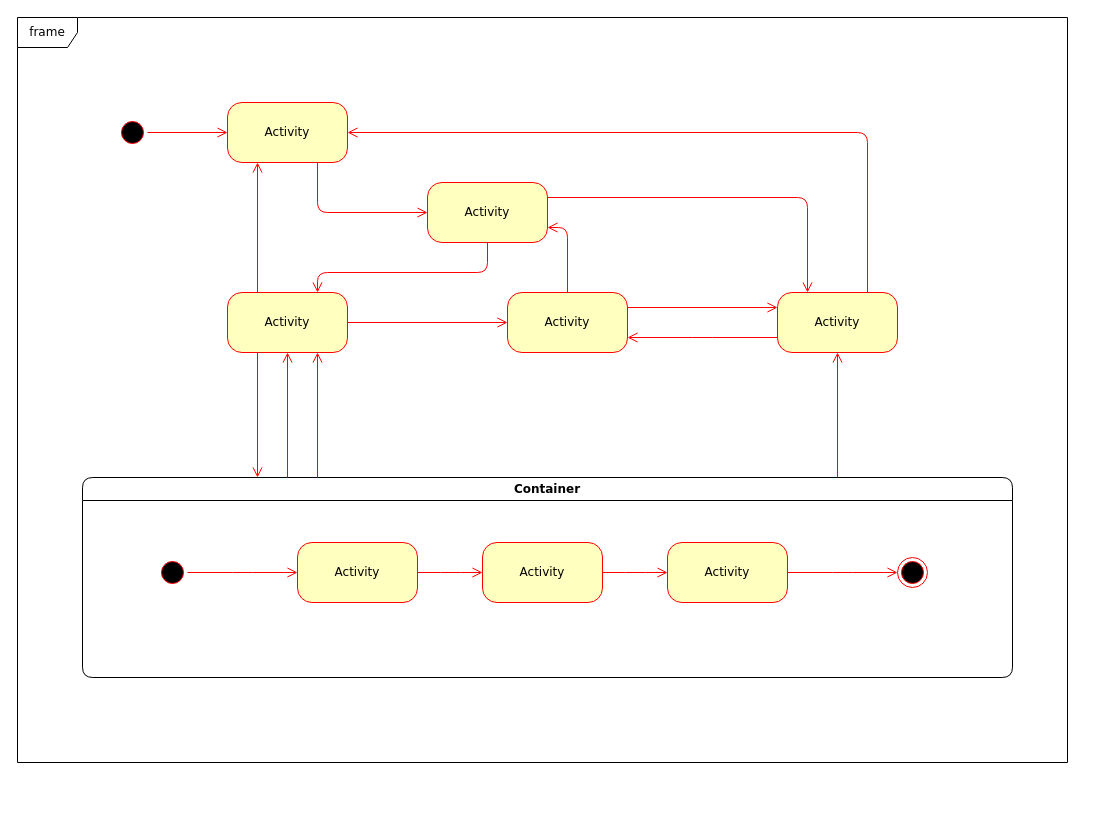
ztzshiwo/angular-cli keeps this draw.io diagram as Untitled Diagram.drawio. Above is the earlier version. Source tidied: cells renumbered, new cells numbered last; positions are measured from the earlier drawing's top-left corner, leaving out a move shared by most shapes. Both pictures are drawn from the tidied source at 100%, with x=0, y=0 at pixel (17, 17).
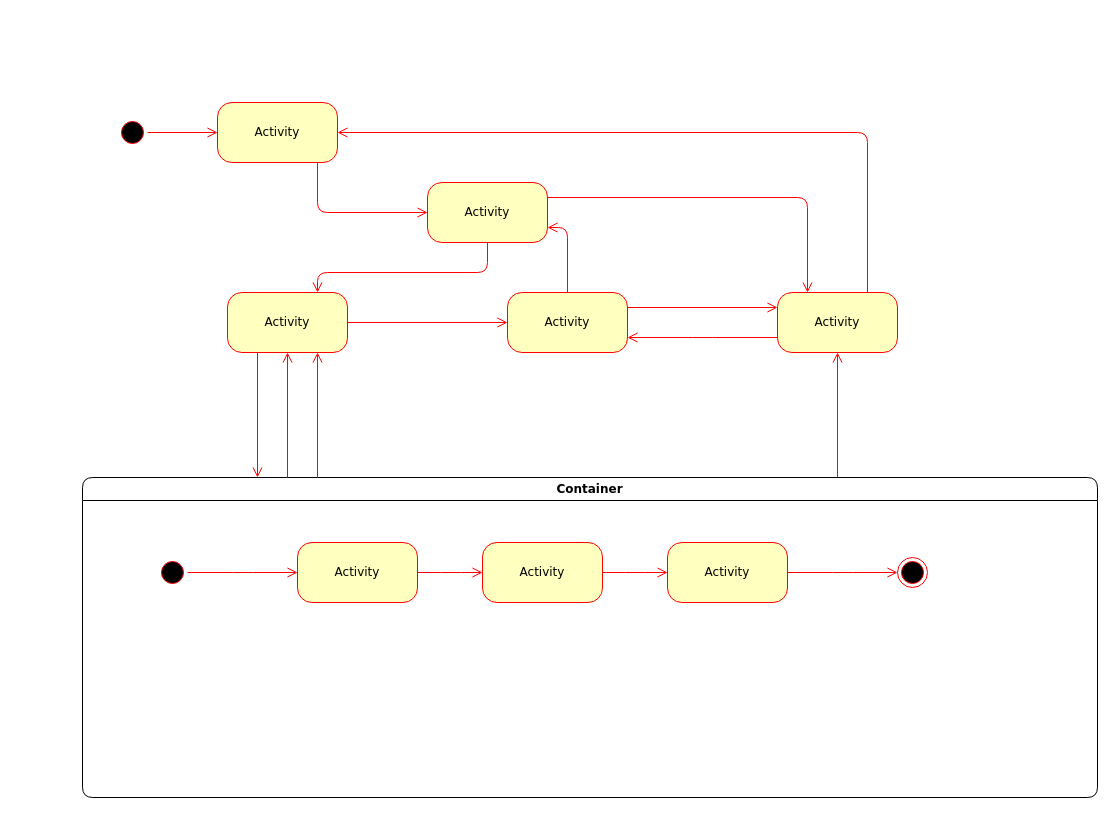
After the change.

The change refers to these unchanged cells:
```xml
<mxCell id="3" value="Activity" style="rounded=1;whiteSpace=wrap;html=1;arcSize=24;fillColor=#ffffc0;strokeColor=#ff0000;shadow=0;comic=0;labelBackgroundColor=none;fontFamily=Verdana;fontSize=12;fontColor=#000000;align=center;" parent="1" vertex="1">
  <mxGeometry x="210" y="275" width="120" height="60" as="geometry" />
</mxCell>
```

The edit, as a diff of the source:
```diff
@@
     <mxCell id="4" value="Activity" style="rounded=1;whiteSpace=wrap;html=1;arcSize=24;fillColor=#ffffc0;strokeColor=#ff0000;shadow=0;comic=0;labelBackgroundColor=none;fontFamily=Verdana;fontSize=12;fontColor=#000000;align=center;" parent="1" vertex="1">
-      <mxGeometry x="210" y="85" width="120" height="60" as="geometry" />
+      <mxGeometry x="200" y="85" width="120" height="60" as="geometry" />
     </mxCell>
@@
     <mxCell id="12" value="Container" style="swimlane;whiteSpace=wrap;html=1;rounded=1;shadow=0;comic=0;labelBackgroundColor=none;strokeWidth=1;fontFamily=Verdana;fontSize=12;align=center;" parent="1" vertex="1">
-      <mxGeometry x="65" y="460" width="930" height="200" as="geometry" />
+      <mxGeometry x="65" y="460" width="1015" height="320" as="geometry" />
     </mxCell>
@@
-    <mxCell id="22" value="frame" style="shape=umlFrame;whiteSpace=wrap;html=1;rounded=1;shadow=0;comic=0;labelBackgroundColor=none;strokeWidth=1;fontFamily=Verdana;fontSize=12;align=center;" parent="1" vertex="1">
-      <mxGeometry width="1050" height="745" as="geometry" />
-    </mxCell>
@@
-    <mxCell id="26" style="edgeStyle=orthogonalEdgeStyle;html=1;exitX=0.25;exitY=0;entryX=0.25;entryY=1;labelBackgroundColor=none;endArrow=open;endSize=8;strokeColor=#ff0000;fontFamily=Verdana;fontSize=12;align=left;" parent="1" edge="1" source="3" target="4">
-      <mxGeometry relative="1" as="geometry" />
-    </mxCell>
```
